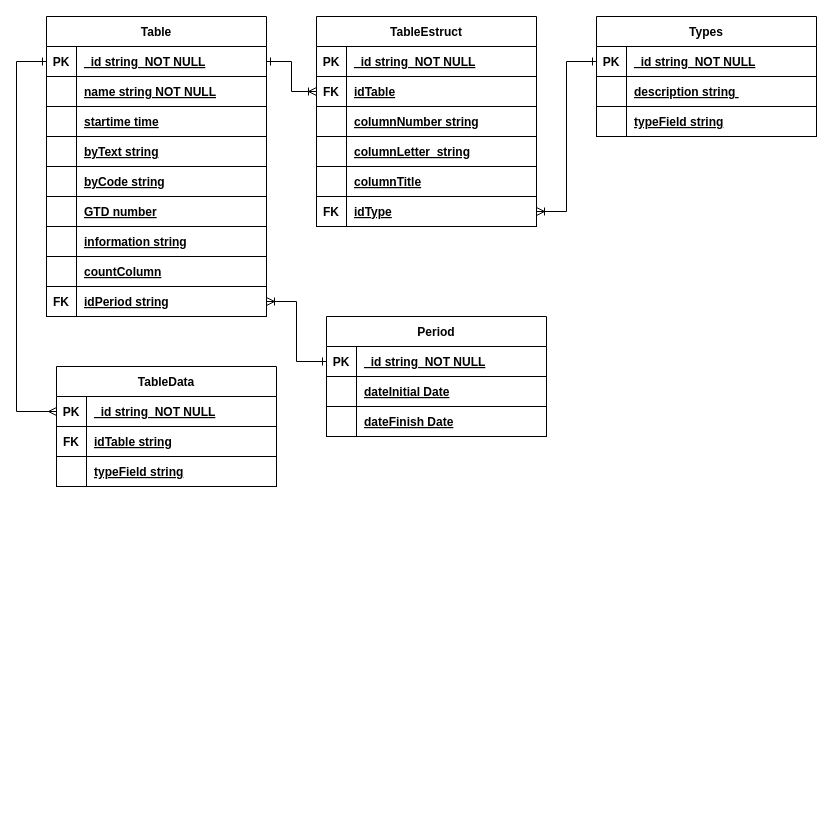
Before: Diagrama sem nome.drawio in mauriciorocha1968/RestFullPDF, a draw.io diagram. Source tidied: cells renumbered, new cells numbered last; positions are measured from the earlier drawing's top-left corner, leaving out a move shared by most shapes. Both pictures are drawn from the tidied source at 100%, with x=0, y=0 at pixel (16, 16).
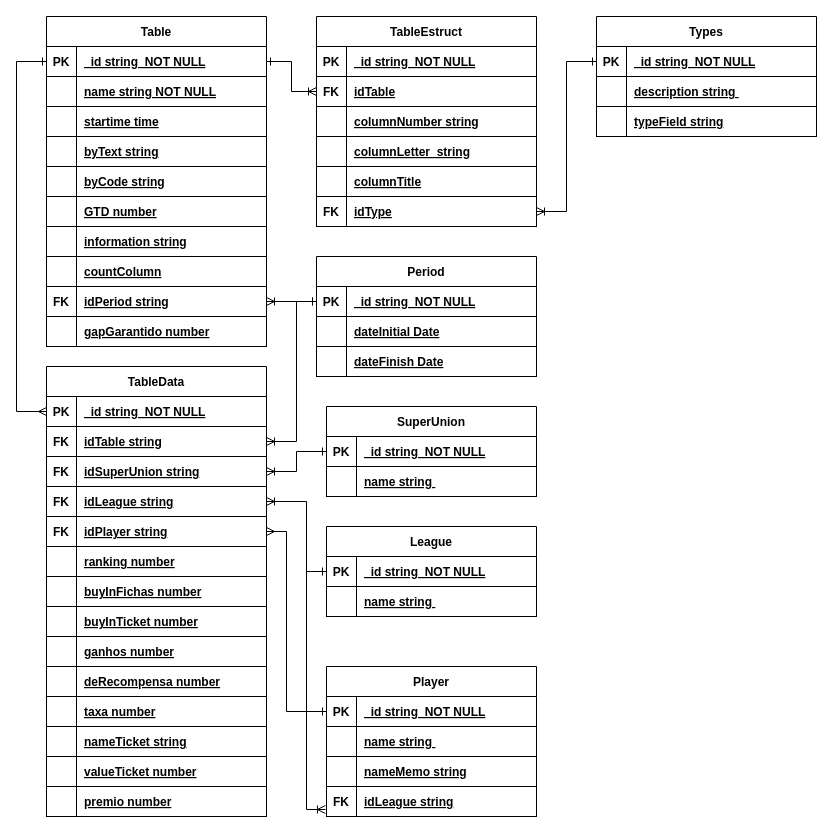
Above is the later version.

The change refers to these unchanged cells:
```xml
<mxCell id="3" style="shape=partialRectangle;fillColor=none;points=[[0,0.5],[1,0.5]];portConstraint=eastwest;top=0;left=0;right=0;bottom=1;" parent="2" vertex="1">
  <mxGeometry y="30" width="220" height="30" as="geometry" />
</mxCell>
<mxCell id="62" style="shape=partialRectangle;fillColor=none;points=[[0,0.5],[1,0.5]];portConstraint=eastwest;top=0;left=0;right=0;bottom=1;" parent="61" vertex="1">
  <mxGeometry y="30" width="220" height="30" as="geometry" />
</mxCell>
<mxCell id="72" style="shape=partialRectangle;fillColor=none;points=[[0,0.5],[1,0.5]];portConstraint=eastwest;top=0;left=0;right=0;bottom=1;" parent="71" vertex="1">
  <mxGeometry y="30" width="220" height="30" as="geometry" />
</mxCell>
<mxCell id="75" style="shape=partialRectangle;fillColor=none;points=[[0,0.5],[1,0.5]];portConstraint=eastwest;top=0;left=0;right=0;bottom=1;" parent="71" vertex="1">
  <mxGeometry y="60" width="220" height="30" as="geometry" />
</mxCell>
<mxCell id="78" style="shape=partialRectangle;fillColor=none;points=[[0,0.5],[1,0.5]];portConstraint=eastwest;top=0;left=0;right=0;bottom=1;" parent="71" vertex="1">
  <mxGeometry y="90" width="220" height="30" as="geometry" />
</mxCell>
```

The edit, as a diff of the source:
```diff
@@
     <mxCell id="2" value="Table" style="shape=table;startSize=30;childLayout=tableLayout;rowLines=0;fontStyle=1;align=center;" parent="1" vertex="1">
-      <mxGeometry x="30" width="220" height="300" as="geometry" />
+      <mxGeometry x="30" width="220" height="330" as="geometry" />
     </mxCell>
@@
+    <mxCell id="83" style="shape=partialRectangle;fillColor=none;top=0;left=0;right=0;bottom=1;" parent="2" vertex="1">
+      <mxGeometry y="300" width="220" height="30" as="geometry" />
+    </mxCell>
+    <mxCell id="84" style="shape=partialRectangle;overflow=hidden;fillColor=none;top=0;left=0;bottom=0;right=0;fontStyle=1;" parent="83" vertex="1">
+      <mxGeometry width="30" height="30" as="geometry" />
+    </mxCell>
+    <mxCell id="85" value="gapGarantido number" style="shape=partialRectangle;overflow=hidden;fillColor=none;top=0;left=0;bottom=0;right=0;align=left;spacingLeft=6;fontStyle=5;" parent="83" vertex="1">
+      <mxGeometry x="30" width="190" height="30" as="geometry" />
+    </mxCell>
@@
     <mxCell id="61" value="Period" style="shape=table;startSize=30;childLayout=tableLayout;rowLines=0;fontStyle=1;align=center;" parent="1" vertex="1">
-      <mxGeometry x="310" y="300" width="220" height="120" as="geometry" />
+      <mxGeometry x="300" y="240" width="220" height="120" as="geometry" />
     </mxCell>
@@
     <mxCell id="71" value="TableData" style="shape=table;startSize=30;childLayout=tableLayout;rowLines=0;fontStyle=1;align=center;" parent="1" vertex="1">
-      <mxGeometry x="40" y="350" width="220" height="120" as="geometry" />
+      <mxGeometry x="30" y="350" width="220" height="450" as="geometry" />
     </mxCell>
@@
-    <mxCell id="79" style="shape=partialRectangle;overflow=hidden;fillColor=none;top=0;left=0;bottom=0;right=0;fontStyle=1;" parent="78" vertex="1">
+    <mxCell id="79" value="FK" style="shape=partialRectangle;overflow=hidden;fillColor=none;top=0;left=0;bottom=0;right=0;fontStyle=1;" parent="78" vertex="1">
       <mxGeometry width="30" height="30" as="geometry" />
     </mxCell>
-    <mxCell id="80" value="typeField string" style="shape=partialRectangle;overflow=hidden;fillColor=none;top=0;left=0;bottom=0;right=0;align=left;spacingLeft=6;fontStyle=5;" parent="78" vertex="1">
+    <mxCell id="80" value="idSuperUnion string" style="shape=partialRectangle;overflow=hidden;fillColor=none;top=0;left=0;bottom=0;right=0;align=left;spacingLeft=6;fontStyle=5;" parent="78" vertex="1">
       <mxGeometry x="30" width="190" height="30" as="geometry" />
     </mxCell>
+    <mxCell id="86" style="shape=partialRectangle;fillColor=none;points=[[0,0.5],[1,0.5]];portConstraint=eastwest;top=0;left=0;right=0;bottom=1;" parent="71" vertex="1">
+      <mxGeometry y="120" width="220" height="30" as="geometry" />
+    </mxCell>
+    <mxCell id="87" value="FK" style="shape=partialRectangle;overflow=hidden;fillColor=none;top=0;left=0;bottom=0;right=0;fontStyle=1;" parent="86" vertex="1">
+      <mxGeometry width="30" height="30" as="geometry" />
+    </mxCell>
+    <mxCell id="88" value="idLeague string" style="shape=partialRectangle;overflow=hidden;fillColor=none;top=0;left=0;bottom=0;right=0;align=left;spacingLeft=6;fontStyle=5;" parent="86" vertex="1">
+      <mxGeometry x="30" width="190" height="30" as="geometry" />
+    </mxCell>
+    <mxCell id="89" style="shape=partialRectangle;fillColor=none;points=[[0,0.5],[1,0.5]];portConstraint=eastwest;top=0;left=0;right=0;bottom=1;" parent="71" vertex="1">
+      <mxGeometry y="150" width="220" height="30" as="geometry" />
+    </mxCell>
+    <mxCell id="90" value="FK" style="shape=partialRectangle;overflow=hidden;fillColor=none;top=0;left=0;bottom=0;right=0;fontStyle=1;" parent="89" vertex="1">
+      <mxGeometry width="30" height="30" as="geometry" />
+    </mxCell>
+    <mxCell id="91" value="idPlayer string" style="shape=partialRectangle;overflow=hidden;fillColor=none;top=0;left=0;bottom=0;right=0;align=left;spacingLeft=6;fontStyle=5;" parent="89" vertex="1">
+      <mxGeometry x="30" width="190" height="30" as="geometry" />
+    </mxCell>
+    <mxCell id="92" style="shape=partialRectangle;fillColor=none;top=0;left=0;right=0;bottom=1;" parent="71" vertex="1">
+      <mxGeometry y="180" width="220" height="30" as="geometry" />
+    </mxCell>
+    <mxCell id="93" style="shape=partialRectangle;overflow=hidden;fillColor=none;top=0;left=0;bottom=0;right=0;fontStyle=1;" parent="92" vertex="1">
+      <mxGeometry width="30" height="30" as="geometry" />
+    </mxCell>
+    <mxCell id="94" value="ranking number" style="shape=partialRectangle;overflow=hidden;fillColor=none;top=0;left=0;bottom=0;right=0;align=left;spacingLeft=6;fontStyle=5;" parent="92" vertex="1">
+      <mxGeometry x="30" width="190" height="30" as="geometry" />
+    </mxCell>
+    <mxCell id="95" style="shape=partialRectangle;fillColor=none;top=0;left=0;right=0;bottom=1;" parent="71" vertex="1">
+      <mxGeometry y="210" width="220" height="30" as="geometry" />
+    </mxCell>
+    <mxCell id="96" style="shape=partialRectangle;overflow=hidden;fillColor=none;top=0;left=0;bottom=0;right=0;fontStyle=1;" parent="95" vertex="1">
+      <mxGeometry width="30" height="30" as="geometry" />
+    </mxCell>
+    <mxCell id="97" value="buyInFichas number" style="shape=partialRectangle;overflow=hidden;fillColor=none;top=0;left=0;bottom=0;right=0;align=left;spacingLeft=6;fontStyle=5;" parent="95" vertex="1">
+      <mxGeometry x="30" width="190" height="30" as="geometry" />
+    </mxCell>
+    <mxCell id="98" style="shape=partialRectangle;fillColor=none;top=0;left=0;right=0;bottom=1;" parent="71" vertex="1">
+      <mxGeometry y="240" width="220" height="30" as="geometry" />
+    </mxCell>
+    <mxCell id="99" style="shape=partialRectangle;overflow=hidden;fillColor=none;top=0;left=0;bottom=0;right=0;fontStyle=1;" parent="98" vertex="1">
+      <mxGeometry width="30" height="30" as="geometry" />
+    </mxCell>
+    <mxCell id="100" value="buyInTicket number" style="shape=partialRectangle;overflow=hidden;fillColor=none;top=0;left=0;bottom=0;right=0;align=left;spacingLeft=6;fontStyle=5;" parent="98" vertex="1">
+      <mxGeometry x="30" width="190" height="30" as="geometry" />
+    </mxCell>
+    <mxCell id="101" style="shape=partialRectangle;fillColor=none;top=0;left=0;right=0;bottom=1;" parent="71" vertex="1">
+      <mxGeometry y="270" width="220" height="30" as="geometry" />
+    </mxCell>
+    <mxCell id="102" style="shape=partialRectangle;overflow=hidden;fillColor=none;top=0;left=0;bottom=0;right=0;fontStyle=1;" parent="101" vertex="1">
+      <mxGeometry width="30" height="30" as="geometry" />
+    </mxCell>
+    <mxCell id="103" value="ganhos number" style="shape=partialRectangle;overflow=hidden;fillColor=none;top=0;left=0;bottom=0;right=0;align=left;spacingLeft=6;fontStyle=5;" parent="101" vertex="1">
+      <mxGeometry x="30" width="190" height="30" as="geometry" />
+    </mxCell>
+    <mxCell id="104" style="shape=partialRectangle;fillColor=none;top=0;left=0;right=0;bottom=1;" parent="71" vertex="1">
+      <mxGeometry y="300" width="220" height="30" as="geometry" />
+    </mxCell>
+    <mxCell id="105" style="shape=partialRectangle;overflow=hidden;fillColor=none;top=0;left=0;bottom=0;right=0;fontStyle=1;" parent="104" vertex="1">
+      <mxGeometry width="30" height="30" as="geometry" />
+    </mxCell>
+    <mxCell id="106" value="deRecompensa number" style="shape=partialRectangle;overflow=hidden;fillColor=none;top=0;left=0;bottom=0;right=0;align=left;spacingLeft=6;fontStyle=5;" parent="104" vertex="1">
+      <mxGeometry x="30" width="190" height="30" as="geometry" />
+    </mxCell>
+    <mxCell id="107" style="shape=partialRectangle;fillColor=none;top=0;left=0;right=0;bottom=1;" parent="71" vertex="1">
+      <mxGeometry y="330" width="220" height="30" as="geometry" />
+    </mxCell>
+    <mxCell id="108" style="shape=partialRectangle;overflow=hidden;fillColor=none;top=0;left=0;bottom=0;right=0;fontStyle=1;" parent="107" vertex="1">
+      <mxGeometry width="30" height="30" as="geometry" />
+    </mxCell>
+    <mxCell id="109" value="taxa number" style="shape=partialRectangle;overflow=hidden;fillColor=none;top=0;left=0;bottom=0;right=0;align=left;spacingLeft=6;fontStyle=5;" parent="107" vertex="1">
+      <mxGeometry x="30" width="190" height="30" as="geometry" />
+    </mxCell>
+    <mxCell id="110" style="shape=partialRectangle;fillColor=none;top=0;left=0;right=0;bottom=1;" parent="71" vertex="1">
+      <mxGeometry y="360" width="220" height="30" as="geometry" />
+    </mxCell>
+    <mxCell id="111" style="shape=partialRectangle;overflow=hidden;fillColor=none;top=0;left=0;bottom=0;right=0;fontStyle=1;" parent="110" vertex="1">
+      <mxGeometry width="30" height="30" as="geometry" />
+    </mxCell>
+    <mxCell id="112" value="nameTicket string" style="shape=partialRectangle;overflow=hidden;fillColor=none;top=0;left=0;bottom=0;right=0;align=left;spacingLeft=6;fontStyle=5;" parent="110" vertex="1">
+      <mxGeometry x="30" width="190" height="30" as="geometry" />
+    </mxCell>
+    <mxCell id="113" style="shape=partialRectangle;fillColor=none;top=0;left=0;right=0;bottom=1;" parent="71" vertex="1">
+      <mxGeometry y="390" width="220" height="30" as="geometry" />
+    </mxCell>
+    <mxCell id="114" style="shape=partialRectangle;overflow=hidden;fillColor=none;top=0;left=0;bottom=0;right=0;fontStyle=1;" parent="113" vertex="1">
+      <mxGeometry width="30" height="30" as="geometry" />
+    </mxCell>
+    <mxCell id="115" value="valueTicket number" style="shape=partialRectangle;overflow=hidden;fillColor=none;top=0;left=0;bottom=0;right=0;align=left;spacingLeft=6;fontStyle=5;" parent="113" vertex="1">
+      <mxGeometry x="30" width="190" height="30" as="geometry" />
+    </mxCell>
+    <mxCell id="116" style="shape=partialRectangle;fillColor=none;top=0;left=0;right=0;bottom=1;" parent="71" vertex="1">
+      <mxGeometry y="420" width="220" height="30" as="geometry" />
+    </mxCell>
+    <mxCell id="117" style="shape=partialRectangle;overflow=hidden;fillColor=none;top=0;left=0;bottom=0;right=0;fontStyle=1;" parent="116" vertex="1">
+      <mxGeometry width="30" height="30" as="geometry" />
+    </mxCell>
+    <mxCell id="118" value="premio number" style="shape=partialRectangle;overflow=hidden;fillColor=none;top=0;left=0;bottom=0;right=0;align=left;spacingLeft=6;fontStyle=5;" parent="116" vertex="1">
+      <mxGeometry x="30" width="190" height="30" as="geometry" />
+    </mxCell>
@@
-    <mxCell id="82" style="edgeStyle=orthogonalEdgeStyle;rounded=0;jettySize=auto;html=1;exitX=0;exitY=0.5;exitDx=0;exitDy=0;startArrow=ERone;startFill=0;endArrow=ERmany;endFill=0;" parent="1" edge="1" source="3" target="72">
+    <mxCell id="82" style="edgeStyle=orthogonalEdgeStyle;rounded=0;jettySize=auto;html=1;exitX=0;exitY=0.5;exitDx=0;exitDy=0;startArrow=ERone;startFill=0;endArrow=ERmany;endFill=0;entryX=0;entryY=0.5;entryDx=0;entryDy=0;" parent="1" edge="1" source="3" target="72">
       <mxGeometry relative="1" as="geometry">
         <Array as="points">
           <mxPoint y="45" />
           <mxPoint y="395" />
         </Array>
       </mxGeometry>
     </mxCell>
+    <mxCell id="119" style="edgeStyle=orthogonalEdgeStyle;rounded=0;jettySize=auto;html=1;endArrow=ERoneToMany;endFill=0;startArrow=ERone;startFill=0;" parent="1" edge="1" source="120" target="78">
+      <mxGeometry relative="1" as="geometry" />
+    </mxCell>
+    <mxCell id="120" value="SuperUnion" style="shape=table;startSize=30;childLayout=tableLayout;rowLines=0;fontStyle=1;align=center;" parent="1" vertex="1">
+      <mxGeometry x="310" y="390" width="210" height="90" as="geometry" />
+    </mxCell>
+    <mxCell id="121" style="shape=partialRectangle;fillColor=none;top=0;left=0;right=0;bottom=1;" parent="120" vertex="1">
+      <mxGeometry y="30" width="210" height="30" as="geometry" />
+    </mxCell>
+    <mxCell id="122" value="PK" style="shape=partialRectangle;overflow=hidden;fillColor=none;top=0;left=0;bottom=0;right=0;fontStyle=1;" parent="121" vertex="1">
+      <mxGeometry width="30" height="30" as="geometry" />
+    </mxCell>
+    <mxCell id="123" value="_id string  NOT NULL " style="shape=partialRectangle;overflow=hidden;fillColor=none;top=0;left=0;bottom=0;right=0;align=left;spacingLeft=6;fontStyle=5;" parent="121" vertex="1">
+      <mxGeometry x="30" width="180" height="30" as="geometry" />
+    </mxCell>
+    <mxCell id="124" style="shape=partialRectangle;fillColor=none;top=0;left=0;right=0;bottom=1;" parent="120" vertex="1">
+      <mxGeometry y="60" width="210" height="30" as="geometry" />
+    </mxCell>
+    <mxCell id="125" style="shape=partialRectangle;overflow=hidden;fillColor=none;top=0;left=0;bottom=0;right=0;fontStyle=1;" parent="124" vertex="1">
+      <mxGeometry width="30" height="30" as="geometry" />
+    </mxCell>
+    <mxCell id="126" value="name string " style="shape=partialRectangle;overflow=hidden;fillColor=none;top=0;left=0;bottom=0;right=0;align=left;spacingLeft=6;fontStyle=5;" parent="124" vertex="1">
+      <mxGeometry x="30" width="180" height="30" as="geometry" />
+    </mxCell>
+    <mxCell id="127" style="edgeStyle=orthogonalEdgeStyle;rounded=0;jettySize=auto;html=1;entryX=1;entryY=0.5;entryDx=0;entryDy=0;endArrow=ERoneToMany;endFill=0;startArrow=ERone;startFill=0;" parent="1" edge="1" source="62" target="75">
+      <mxGeometry relative="1" as="geometry">
+        <Array as="points">
+          <mxPoint x="280" y="285" />
+          <mxPoint x="280" y="425" />
+        </Array>
+      </mxGeometry>
+    </mxCell>
+    <mxCell id="128" value="League" style="shape=table;startSize=30;childLayout=tableLayout;rowLines=0;fontStyle=1;align=center;" parent="1" vertex="1">
+      <mxGeometry x="310" y="510" width="210" height="90" as="geometry" />
+    </mxCell>
+    <mxCell id="129" style="shape=partialRectangle;fillColor=none;points=[[0,0.5],[1,0.5]];portConstraint=eastwest;top=0;left=0;right=0;bottom=1;" parent="128" vertex="1">
+      <mxGeometry y="30" width="210" height="30" as="geometry" />
+    </mxCell>
+    <mxCell id="130" value="PK" style="shape=partialRectangle;overflow=hidden;fillColor=none;top=0;left=0;bottom=0;right=0;fontStyle=1;" parent="129" vertex="1">
+      <mxGeometry width="30" height="30" as="geometry" />
+    </mxCell>
+    <mxCell id="131" value="_id string  NOT NULL " style="shape=partialRectangle;overflow=hidden;fillColor=none;top=0;left=0;bottom=0;right=0;align=left;spacingLeft=6;fontStyle=5;" parent="129" vertex="1">
+      <mxGeometry x="30" width="180" height="30" as="geometry" />
+    </mxCell>
+    <mxCell id="132" style="shape=partialRectangle;fillColor=none;top=0;left=0;right=0;bottom=1;" parent="128" vertex="1">
+      <mxGeometry y="60" width="210" height="30" as="geometry" />
+    </mxCell>
+    <mxCell id="133" style="shape=partialRectangle;overflow=hidden;fillColor=none;top=0;left=0;bottom=0;right=0;fontStyle=1;" parent="132" vertex="1">
+      <mxGeometry width="30" height="30" as="geometry" />
+    </mxCell>
+    <mxCell id="134" value="name string " style="shape=partialRectangle;overflow=hidden;fillColor=none;top=0;left=0;bottom=0;right=0;align=left;spacingLeft=6;fontStyle=5;" parent="132" vertex="1">
+      <mxGeometry x="30" width="180" height="30" as="geometry" />
+    </mxCell>
+    <mxCell id="135" style="edgeStyle=orthogonalEdgeStyle;rounded=0;jettySize=auto;html=1;endArrow=ERoneToMany;endFill=0;startArrow=ERone;startFill=0;" parent="1" edge="1" source="129" target="86">
+      <mxGeometry relative="1" as="geometry">
+        <Array as="points">
+          <mxPoint x="290" y="555" />
+          <mxPoint x="290" y="485" />
+        </Array>
+      </mxGeometry>
+    </mxCell>
+    <mxCell id="136" value="Player" style="shape=table;startSize=30;childLayout=tableLayout;rowLines=0;fontStyle=1;align=center;" parent="1" vertex="1">
+      <mxGeometry x="310" y="650" width="210" height="150" as="geometry" />
+    </mxCell>
+    <mxCell id="137" style="shape=partialRectangle;fillColor=none;points=[[0,0.5],[1,0.5]];portConstraint=eastwest;top=0;left=0;right=0;bottom=1;" parent="136" vertex="1">
+      <mxGeometry y="30" width="210" height="30" as="geometry" />
+    </mxCell>
+    <mxCell id="138" value="PK" style="shape=partialRectangle;overflow=hidden;fillColor=none;top=0;left=0;bottom=0;right=0;fontStyle=1;" parent="137" vertex="1">
+      <mxGeometry width="30" height="30" as="geometry" />
+    </mxCell>
+    <mxCell id="139" value="_id string  NOT NULL " style="shape=partialRectangle;overflow=hidden;fillColor=none;top=0;left=0;bottom=0;right=0;align=left;spacingLeft=6;fontStyle=5;" parent="137" vertex="1">
+      <mxGeometry x="30" width="180" height="30" as="geometry" />
+    </mxCell>
+    <mxCell id="140" style="shape=partialRectangle;fillColor=none;top=0;left=0;right=0;bottom=1;" parent="136" vertex="1">
+      <mxGeometry y="60" width="210" height="30" as="geometry" />
+    </mxCell>
+    <mxCell id="141" style="shape=partialRectangle;overflow=hidden;fillColor=none;top=0;left=0;bottom=0;right=0;fontStyle=1;" parent="140" vertex="1">
+      <mxGeometry width="30" height="30" as="geometry" />
+    </mxCell>
+    <mxCell id="142" value="name string " style="shape=partialRectangle;overflow=hidden;fillColor=none;top=0;left=0;bottom=0;right=0;align=left;spacingLeft=6;fontStyle=5;" parent="140" vertex="1">
+      <mxGeometry x="30" width="180" height="30" as="geometry" />
+    </mxCell>
+    <mxCell id="143" style="shape=partialRectangle;fillColor=none;top=0;left=0;right=0;bottom=1;" parent="136" vertex="1">
+      <mxGeometry y="90" width="210" height="30" as="geometry" />
+    </mxCell>
+    <mxCell id="144" style="shape=partialRectangle;overflow=hidden;fillColor=none;top=0;left=0;bottom=0;right=0;fontStyle=1;" parent="143" vertex="1">
+      <mxGeometry width="30" height="30" as="geometry" />
+    </mxCell>
+    <mxCell id="145" value="nameMemo string" style="shape=partialRectangle;overflow=hidden;fillColor=none;top=0;left=0;bottom=0;right=0;align=left;spacingLeft=6;fontStyle=5;" parent="143" vertex="1">
+      <mxGeometry x="30" width="180" height="30" as="geometry" />
+    </mxCell>
+    <mxCell id="146" style="shape=partialRectangle;fillColor=none;points=[[0,0.5],[1,0.5]];portConstraint=eastwest;top=0;left=0;right=0;bottom=1;" parent="136" vertex="1">
+      <mxGeometry y="120" width="210" height="30" as="geometry" />
+    </mxCell>
+    <mxCell id="147" value="FK" style="shape=partialRectangle;overflow=hidden;fillColor=none;top=0;left=0;bottom=0;right=0;fontStyle=1;" parent="146" vertex="1">
+      <mxGeometry width="30" height="30" as="geometry" />
+    </mxCell>
+    <mxCell id="148" value="idLeague string" style="shape=partialRectangle;overflow=hidden;fillColor=none;top=0;left=0;bottom=0;right=0;align=left;spacingLeft=6;fontStyle=5;" parent="146" vertex="1">
+      <mxGeometry x="30" width="180" height="30" as="geometry" />
+    </mxCell>
+    <mxCell id="149" style="edgeStyle=orthogonalEdgeStyle;rounded=0;jettySize=auto;html=1;entryX=-0.005;entryY=0.767;entryDx=0;entryDy=0;entryPerimeter=0;endArrow=ERoneToMany;endFill=0;" parent="1" edge="1" source="129" target="146">
+      <mxGeometry relative="1" as="geometry">
+        <Array as="points">
+          <mxPoint x="290" y="555" />
+          <mxPoint x="290" y="793" />
+        </Array>
+      </mxGeometry>
+    </mxCell>
+    <mxCell id="150" style="edgeStyle=orthogonalEdgeStyle;rounded=0;jettySize=auto;html=1;endArrow=ERmany;endFill=0;startArrow=ERone;startFill=0;" parent="1" edge="1" source="137" target="89">
+      <mxGeometry relative="1" as="geometry">
+        <Array as="points">
+          <mxPoint x="270" y="695" />
+          <mxPoint x="270" y="515" />
+        </Array>
+      </mxGeometry>
+    </mxCell>
```
